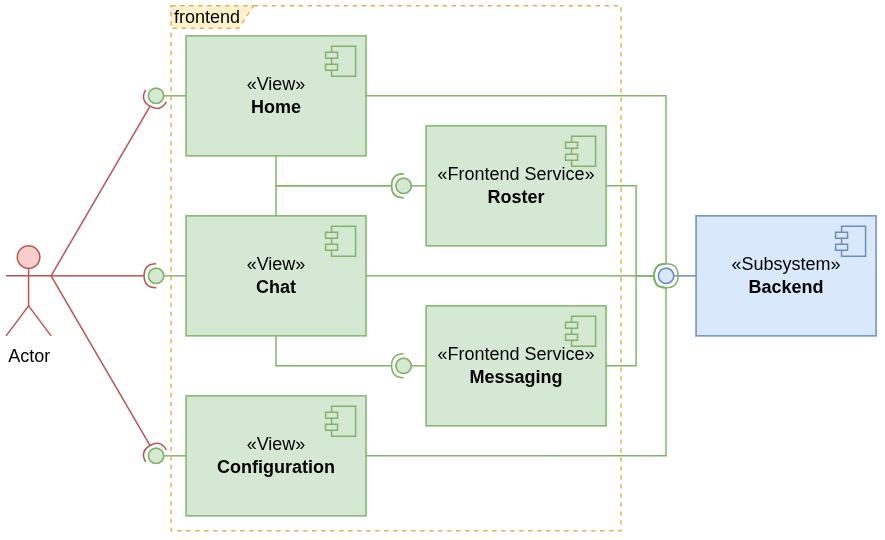
The draw.io diagram docs/brochain.vessel.frontend.cmp.png in abetaev/brochain, before a commit. Source tidied: cells renumbered, new cells last; positions are measured from the earlier drawing's top-left corner, leaving out a move shared by most shapes. The source it was exported from:
```xml
<mxGraphModel background="light-dark(#ffffff, #121212)">
  <root>
    <mxCell id="0" />
    <mxCell id="1" parent="0" />
    <mxCell id="2" value="Actor" style="shape=umlActor;verticalLabelPosition=bottom;verticalAlign=top;html=1;fillColor=#f8cecc;strokeColor=#b85450;" parent="1" vertex="1">
      <mxGeometry y="160" width="30" height="60" as="geometry" />
    </mxCell>
    <mxCell id="3" value="«View»&lt;br&gt;&lt;b&gt;Chat&lt;/b&gt;" style="html=1;whiteSpace=wrap;fillColor=#d5e8d4;strokeColor=#82b366;" parent="1" vertex="1">
      <mxGeometry x="120" y="140" width="120" height="80" as="geometry" />
    </mxCell>
    <mxCell id="4" style="shape=module;jettyWidth=8;jettyHeight=4;fillColor=#d5e8d4;strokeColor=#82b366;" parent="3" vertex="1">
      <mxGeometry x="1" width="20" height="20" relative="1" as="geometry">
        <mxPoint x="-27" y="7" as="offset" />
      </mxGeometry>
    </mxCell>
    <mxCell id="5" value="«View»&lt;br&gt;&lt;b&gt;Home&lt;/b&gt;" style="html=1;whiteSpace=wrap;fillColor=#d5e8d4;strokeColor=#82b366;" parent="1" vertex="1">
      <mxGeometry x="120" y="20" width="120" height="80" as="geometry" />
    </mxCell>
    <mxCell id="6" style="shape=module;jettyWidth=8;jettyHeight=4;fillColor=#d5e8d4;strokeColor=#82b366;" parent="5" vertex="1">
      <mxGeometry x="1" width="20" height="20" relative="1" as="geometry">
        <mxPoint x="-27" y="7" as="offset" />
      </mxGeometry>
    </mxCell>
    <mxCell id="7" value="«View»&lt;br&gt;&lt;b&gt;Configuration&lt;/b&gt;" style="html=1;whiteSpace=wrap;fillColor=#d5e8d4;strokeColor=#82b366;" parent="1" vertex="1">
      <mxGeometry x="120" y="260" width="120" height="80" as="geometry" />
    </mxCell>
    <mxCell id="8" style="shape=module;jettyWidth=8;jettyHeight=4;fillColor=#d5e8d4;strokeColor=#82b366;" parent="7" vertex="1">
      <mxGeometry x="1" width="20" height="20" relative="1" as="geometry">
        <mxPoint x="-27" y="7" as="offset" />
      </mxGeometry>
    </mxCell>
    <mxCell id="9" value="«Subsystem»&lt;br&gt;&lt;b&gt;Backend&lt;/b&gt;" style="html=1;whiteSpace=wrap;fillColor=#dae8fc;strokeColor=#6c8ebf;" parent="1" vertex="1">
      <mxGeometry x="460" y="140" width="120" height="80" as="geometry" />
    </mxCell>
    <mxCell id="10" style="shape=module;jettyWidth=8;jettyHeight=4;fillColor=#dae8fc;strokeColor=#6c8ebf;" parent="9" vertex="1">
      <mxGeometry x="1" width="20" height="20" relative="1" as="geometry">
        <mxPoint x="-27" y="7" as="offset" />
      </mxGeometry>
    </mxCell>
    <mxCell id="11" style="rounded=0;jettySize=auto;html=1;endArrow=halfCircle;endFill=0;endSize=6;strokeWidth=1;sketch=0;exitX=1;exitY=0.5;exitDx=0;exitDy=0;fillColor=#d5e8d4;strokeColor=#82b366;" parent="1" edge="1" source="3" target="13">
      <mxGeometry relative="1" as="geometry" />
    </mxCell>
    <mxCell id="12" style="rounded=0;jettySize=auto;html=1;endArrow=oval;endFill=0;sketch=0;sourcePerimeterSpacing=0;targetPerimeterSpacing=0;endSize=10;exitX=0;exitY=0.5;exitDx=0;exitDy=0;fillColor=#dae8fc;strokeColor=#6c8ebf;" parent="1" edge="1" source="9" target="13">
      <mxGeometry relative="1" as="geometry" />
    </mxCell>
    <mxCell id="13" style="ellipse;whiteSpace=wrap;html=1;align=center;fillColor=#dae8fc;strokeColor=#6c8ebf;perimeter=centerPerimeter;points=[];outlineConnect=1;" parent="1" vertex="1">
      <mxGeometry x="435" y="175" width="10" height="10" as="geometry" />
    </mxCell>
    <mxCell id="14" style="rounded=0;jettySize=auto;html=1;endArrow=halfCircle;endFill=0;endSize=6;strokeWidth=1;sketch=0;exitX=1;exitY=0.5;exitDx=0;exitDy=0;entryX=0.197;entryY=0.138;entryDx=0;entryDy=0;entryPerimeter=0;edgeStyle=orthogonalEdgeStyle;fillColor=#d5e8d4;strokeColor=#82b366;" parent="1" edge="1" target="13">
      <mxGeometry relative="1" as="geometry">
        <mxPoint x="240" y="60" as="sourcePoint" />
      </mxGeometry>
    </mxCell>
    <mxCell id="15" style="ellipse;whiteSpace=wrap;html=1;align=center;fillColor=#d5e8d4;strokeColor=#82b366;perimeter=centerPerimeter;" parent="1" vertex="1">
      <mxGeometry x="335" y="115" width="10" height="10" as="geometry" />
    </mxCell>
    <mxCell id="16" style="rounded=0;jettySize=auto;html=1;endArrow=halfCircle;endFill=0;endSize=6;strokeWidth=1;sketch=0;exitX=1;exitY=0.5;exitDx=0;exitDy=0;edgeStyle=orthogonalEdgeStyle;fillColor=#d5e8d4;strokeColor=#82b366;" parent="1" edge="1" source="7" target="13">
      <mxGeometry relative="1" as="geometry" />
    </mxCell>
    <mxCell id="17" style="ellipse;whiteSpace=wrap;html=1;align=center;fillColor=#d5e8d4;strokeColor=#82b366;perimeter=centerPerimeter;" parent="1" vertex="1">
      <mxGeometry x="345" y="125" width="10" height="10" as="geometry" />
    </mxCell>
    <mxCell id="18" value="«Frontend Service»&lt;br&gt;&lt;b&gt;Roster&lt;/b&gt;" style="html=1;whiteSpace=wrap;fillColor=#d5e8d4;strokeColor=#82b366;" parent="1" vertex="1">
      <mxGeometry x="280" y="80" width="120" height="80" as="geometry" />
    </mxCell>
    <mxCell id="19" style="shape=module;jettyWidth=8;jettyHeight=4;fillColor=#d5e8d4;strokeColor=#82b366;" parent="18" vertex="1">
      <mxGeometry x="1" width="20" height="20" relative="1" as="geometry">
        <mxPoint x="-27" y="7" as="offset" />
      </mxGeometry>
    </mxCell>
    <mxCell id="20" value="«Frontend Service»&lt;br&gt;&lt;b&gt;Messaging&lt;/b&gt;" style="html=1;whiteSpace=wrap;fillColor=#d5e8d4;strokeColor=#82b366;" parent="1" vertex="1">
      <mxGeometry x="280" y="200" width="120" height="80" as="geometry" />
    </mxCell>
    <mxCell id="21" style="shape=module;jettyWidth=8;jettyHeight=4;fillColor=#d5e8d4;strokeColor=#82b366;" parent="20" vertex="1">
      <mxGeometry x="1" width="20" height="20" relative="1" as="geometry">
        <mxPoint x="-27" y="7" as="offset" />
      </mxGeometry>
    </mxCell>
    <mxCell id="22" style="rounded=0;jettySize=auto;html=1;endArrow=halfCircle;endFill=0;endSize=6;strokeWidth=1;sketch=0;exitX=0.5;exitY=1;exitDx=0;exitDy=0;edgeStyle=orthogonalEdgeStyle;fillColor=#d5e8d4;strokeColor=#82b366;" parent="1" edge="1" source="5" target="24">
      <mxGeometry relative="1" as="geometry">
        <Array as="points">
          <mxPoint x="180" y="120" />
        </Array>
      </mxGeometry>
    </mxCell>
    <mxCell id="23" style="rounded=0;jettySize=auto;html=1;endArrow=oval;endFill=0;sketch=0;sourcePerimeterSpacing=0;targetPerimeterSpacing=0;endSize=10;exitX=0;exitY=0.5;exitDx=0;exitDy=0;fillColor=#d5e8d4;strokeColor=#82b366;" parent="1" edge="1" source="18" target="24">
      <mxGeometry relative="1" as="geometry" />
    </mxCell>
    <mxCell id="24" style="ellipse;whiteSpace=wrap;html=1;align=center;fillColor=#d5e8d4;strokeColor=#82b366;perimeter=centerPerimeter;points=[];outlineConnect=1;" parent="1" vertex="1">
      <mxGeometry x="260" y="115" width="10" height="10" as="geometry" />
    </mxCell>
    <mxCell id="25" style="rounded=0;jettySize=auto;html=1;endArrow=halfCircle;endFill=0;endSize=6;strokeWidth=1;sketch=0;exitX=0.5;exitY=1;exitDx=0;exitDy=0;edgeStyle=orthogonalEdgeStyle;fillColor=#d5e8d4;strokeColor=#82b366;" parent="1" edge="1" target="27">
      <mxGeometry relative="1" as="geometry">
        <mxPoint x="180" y="220" as="sourcePoint" />
        <Array as="points">
          <mxPoint x="180" y="240" />
        </Array>
      </mxGeometry>
    </mxCell>
    <mxCell id="26" style="rounded=0;jettySize=auto;html=1;endArrow=oval;endFill=0;sketch=0;sourcePerimeterSpacing=0;targetPerimeterSpacing=0;endSize=10;exitX=0;exitY=0.5;exitDx=0;exitDy=0;fillColor=#d5e8d4;strokeColor=#82b366;" parent="1" edge="1" target="27">
      <mxGeometry relative="1" as="geometry">
        <mxPoint x="280" y="240" as="sourcePoint" />
      </mxGeometry>
    </mxCell>
    <mxCell id="27" style="ellipse;whiteSpace=wrap;html=1;align=center;fillColor=#d5e8d4;strokeColor=#82b366;perimeter=centerPerimeter;points=[];outlineConnect=1;" parent="1" vertex="1">
      <mxGeometry x="260" y="235" width="10" height="10" as="geometry" />
    </mxCell>
    <mxCell id="28" style="rounded=0;jettySize=auto;html=1;endArrow=halfCircle;endFill=0;endSize=6;strokeWidth=1;sketch=0;exitX=0.5;exitY=0;exitDx=0;exitDy=0;edgeStyle=orthogonalEdgeStyle;entryX=1;entryY=0.5;entryDx=0;entryDy=0;entryPerimeter=0;fillColor=#d5e8d4;strokeColor=#82b366;" parent="1" edge="1" source="3" target="24">
      <mxGeometry relative="1" as="geometry">
        <Array as="points">
          <mxPoint x="180" y="120" />
        </Array>
      </mxGeometry>
    </mxCell>
    <mxCell id="29" style="rounded=0;jettySize=auto;html=1;endArrow=halfCircle;endFill=0;endSize=6;strokeWidth=1;sketch=0;exitX=1;exitY=0.3333333333333333;exitDx=0;exitDy=0;exitPerimeter=0;fillColor=#f8cecc;strokeColor=#b85450;" parent="1" edge="1" source="2" target="31">
      <mxGeometry relative="1" as="geometry" />
    </mxCell>
    <mxCell id="30" style="rounded=0;jettySize=auto;html=1;endArrow=oval;endFill=0;sketch=0;sourcePerimeterSpacing=0;targetPerimeterSpacing=0;endSize=10;exitX=0;exitY=0.5;exitDx=0;exitDy=0;fillColor=#d5e8d4;strokeColor=#82b366;" parent="1" edge="1" source="3" target="31">
      <mxGeometry relative="1" as="geometry" />
    </mxCell>
    <mxCell id="31" style="ellipse;whiteSpace=wrap;html=1;align=center;fillColor=#d5e8d4;strokeColor=#82b366;perimeter=centerPerimeter;points=[];outlineConnect=1;" parent="1" vertex="1">
      <mxGeometry x="95" y="175" width="10" height="10" as="geometry" />
    </mxCell>
    <mxCell id="32" style="rounded=0;jettySize=auto;html=1;endArrow=halfCircle;endFill=0;endSize=6;strokeWidth=1;sketch=0;exitX=1;exitY=0.3333333333333333;exitDx=0;exitDy=0;exitPerimeter=0;fillColor=#f8cecc;strokeColor=#b85450;" parent="1" edge="1" source="2" target="34">
      <mxGeometry relative="1" as="geometry" />
    </mxCell>
    <mxCell id="33" style="rounded=0;jettySize=auto;html=1;endArrow=oval;endFill=0;sketch=0;sourcePerimeterSpacing=0;targetPerimeterSpacing=0;endSize=10;exitX=0;exitY=0.5;exitDx=0;exitDy=0;fillColor=#d5e8d4;strokeColor=#82b366;" parent="1" edge="1" target="34">
      <mxGeometry relative="1" as="geometry">
        <mxPoint x="120" y="60" as="sourcePoint" />
      </mxGeometry>
    </mxCell>
    <mxCell id="34" style="ellipse;whiteSpace=wrap;html=1;align=center;fillColor=#d5e8d4;strokeColor=#82b366;perimeter=centerPerimeter;points=[];outlineConnect=1;" parent="1" vertex="1">
      <mxGeometry x="95" y="55" width="10" height="10" as="geometry" />
    </mxCell>
    <mxCell id="35" style="rounded=0;jettySize=auto;html=1;endArrow=halfCircle;endFill=0;endSize=6;strokeWidth=1;sketch=0;exitX=1;exitY=0.3333333333333333;exitDx=0;exitDy=0;exitPerimeter=0;fillColor=#f8cecc;strokeColor=#b85450;" parent="1" edge="1" source="2" target="37">
      <mxGeometry relative="1" as="geometry" />
    </mxCell>
    <mxCell id="36" style="rounded=0;jettySize=auto;html=1;endArrow=oval;endFill=0;sketch=0;sourcePerimeterSpacing=0;targetPerimeterSpacing=0;endSize=10;exitX=0;exitY=0.5;exitDx=0;exitDy=0;fillColor=#d5e8d4;strokeColor=#82b366;" parent="1" edge="1" target="37">
      <mxGeometry relative="1" as="geometry">
        <mxPoint x="120" y="300" as="sourcePoint" />
      </mxGeometry>
    </mxCell>
    <mxCell id="37" style="ellipse;whiteSpace=wrap;html=1;align=center;fillColor=#d5e8d4;strokeColor=#82b366;perimeter=centerPerimeter;points=[];outlineConnect=1;" parent="1" vertex="1">
      <mxGeometry x="95" y="295" width="10" height="10" as="geometry" />
    </mxCell>
    <mxCell id="38" style="rounded=0;jettySize=auto;html=1;endArrow=halfCircle;endFill=0;endSize=6;strokeWidth=1;sketch=0;exitX=1;exitY=0.5;exitDx=0;exitDy=0;edgeStyle=orthogonalEdgeStyle;fillColor=#d5e8d4;strokeColor=#82b366;" parent="1" edge="1" source="20">
      <mxGeometry relative="1" as="geometry">
        <mxPoint x="440" y="180" as="targetPoint" />
        <Array as="points">
          <mxPoint x="420" y="240" />
          <mxPoint x="420" y="180" />
        </Array>
      </mxGeometry>
    </mxCell>
    <mxCell id="39" style="rounded=0;jettySize=auto;html=1;endArrow=halfCircle;endFill=0;endSize=6;strokeWidth=1;sketch=0;exitX=1;exitY=0.5;exitDx=0;exitDy=0;edgeStyle=orthogonalEdgeStyle;fillColor=#d5e8d4;strokeColor=#82b366;" parent="1" edge="1" source="18">
      <mxGeometry relative="1" as="geometry">
        <mxPoint x="440" y="180" as="targetPoint" />
        <Array as="points">
          <mxPoint x="420" y="120" />
          <mxPoint x="420" y="180" />
        </Array>
      </mxGeometry>
    </mxCell>
    <mxCell id="40" value="frontend" style="shape=umlFrame;whiteSpace=wrap;html=1;width=55;height=15;align=left;fillColor=#fff2cc;strokeColor=#d6b656;dashed=1;" parent="1" vertex="1">
      <mxGeometry x="110" width="300" height="350" as="geometry" />
    </mxCell>
  </root>
</mxGraphModel>
```
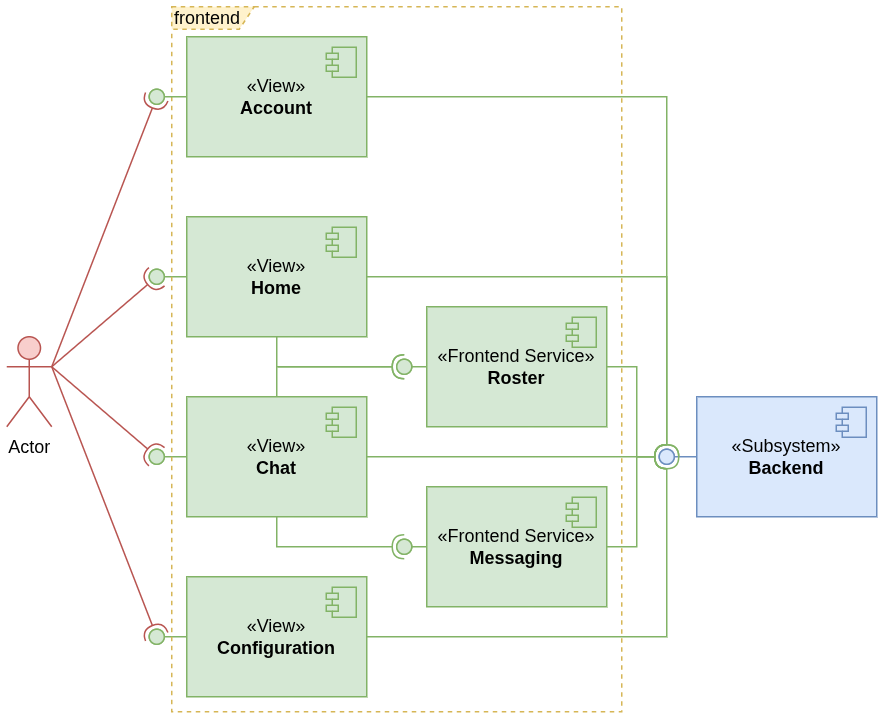
Later version of the same file.

Change to the diagram source:
```diff
@@ -3,7 +3,7 @@
     <mxCell id="0" />
     <mxCell id="1" parent="0" />
     <mxCell id="2" value="Actor" style="shape=umlActor;verticalLabelPosition=bottom;verticalAlign=top;html=1;fillColor=#f8cecc;strokeColor=#b85450;" parent="1" vertex="1">
-      <mxGeometry y="160" width="30" height="60" as="geometry" />
+      <mxGeometry y="100" width="30" height="60" as="geometry" />
     </mxCell>
     <mxCell id="3" value="«View»&lt;br&gt;&lt;b&gt;Chat&lt;/b&gt;" style="html=1;whiteSpace=wrap;fillColor=#d5e8d4;strokeColor=#82b366;" parent="1" vertex="1">
       <mxGeometry x="120" y="140" width="120" height="80" as="geometry" />
@@ -162,7 +162,31 @@
       </mxGeometry>
     </mxCell>
     <mxCell id="40" value="frontend" style="shape=umlFrame;whiteSpace=wrap;html=1;width=55;height=15;align=left;fillColor=#fff2cc;strokeColor=#d6b656;dashed=1;" parent="1" vertex="1">
-      <mxGeometry x="110" width="300" height="350" as="geometry" />
+      <mxGeometry x="110" y="-120" width="300" height="470" as="geometry" />
     </mxCell>
+    <mxCell id="41" value="«View»&lt;br&gt;&lt;b&gt;Account&lt;/b&gt;" style="html=1;whiteSpace=wrap;fillColor=#d5e8d4;strokeColor=#82b366;" parent="1" vertex="1">
+      <mxGeometry x="120" y="-100" width="120" height="80" as="geometry" />
+    </mxCell>
+    <mxCell id="42" style="shape=module;jettyWidth=8;jettyHeight=4;fillColor=#d5e8d4;strokeColor=#82b366;" parent="41" vertex="1">
+      <mxGeometry x="1" width="20" height="20" relative="1" as="geometry">
+        <mxPoint x="-27" y="7" as="offset" />
+      </mxGeometry>
+    </mxCell>
+    <mxCell id="43" style="rounded=0;jettySize=auto;html=1;endArrow=oval;endFill=0;sketch=0;sourcePerimeterSpacing=0;targetPerimeterSpacing=0;endSize=10;exitX=0;exitY=0.5;exitDx=0;exitDy=0;fillColor=#d5e8d4;strokeColor=#82b366;" parent="1" edge="1" target="44">
+      <mxGeometry relative="1" as="geometry">
+        <mxPoint x="120" y="-60" as="sourcePoint" />
+      </mxGeometry>
+    </mxCell>
+    <mxCell id="44" style="ellipse;whiteSpace=wrap;html=1;align=center;fillColor=#d5e8d4;strokeColor=#82b366;perimeter=centerPerimeter;points=[];outlineConnect=1;" parent="1" vertex="1">
+      <mxGeometry x="95" y="-65" width="10" height="10" as="geometry" />
+    </mxCell>
+    <mxCell id="45" style="rounded=0;jettySize=auto;html=1;endArrow=halfCircle;endFill=0;endSize=6;strokeWidth=1;sketch=0;exitX=1;exitY=0.3333333333333333;exitDx=0;exitDy=0;exitPerimeter=0;fillColor=#f8cecc;strokeColor=#b85450;entryX=0.369;entryY=0.727;entryDx=0;entryDy=0;entryPerimeter=0;" parent="1" edge="1" source="2" target="44">
+      <mxGeometry relative="1" as="geometry" />
+    </mxCell>
+    <mxCell id="46" style="rounded=0;jettySize=auto;html=1;endArrow=halfCircle;endFill=0;endSize=6;strokeWidth=1;sketch=0;exitX=1;exitY=0.5;exitDx=0;exitDy=0;entryX=0.197;entryY=0.138;entryDx=0;entryDy=0;entryPerimeter=0;edgeStyle=orthogonalEdgeStyle;fillColor=#d5e8d4;strokeColor=#82b366;" parent="1" edge="1" source="41">
+      <mxGeometry relative="1" as="geometry">
+        <mxPoint x="440" y="180" as="targetPoint" />
+      </mxGeometry>
+    </mxCell>
   </root>
 </mxGraphModel>
```
